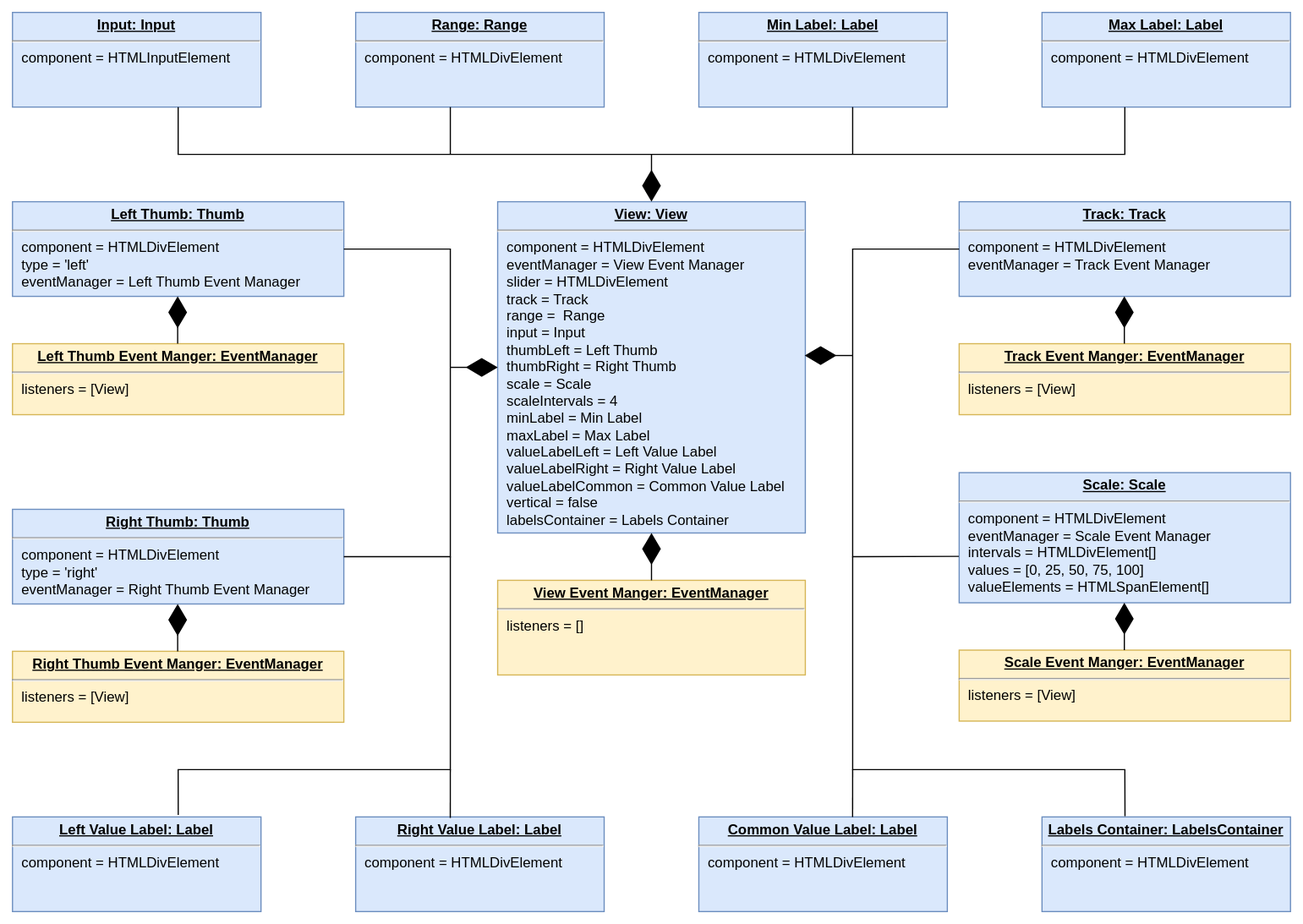
Above: images_for_readme/object-diagram_view-perspective.drawio.svg in Olga-smart/FSD4 (draw.io), before the change. Source tidied: cells renumbered, new cells last; positions are measured from the earlier drawing's top-left corner, leaving out a move shared by most shapes.
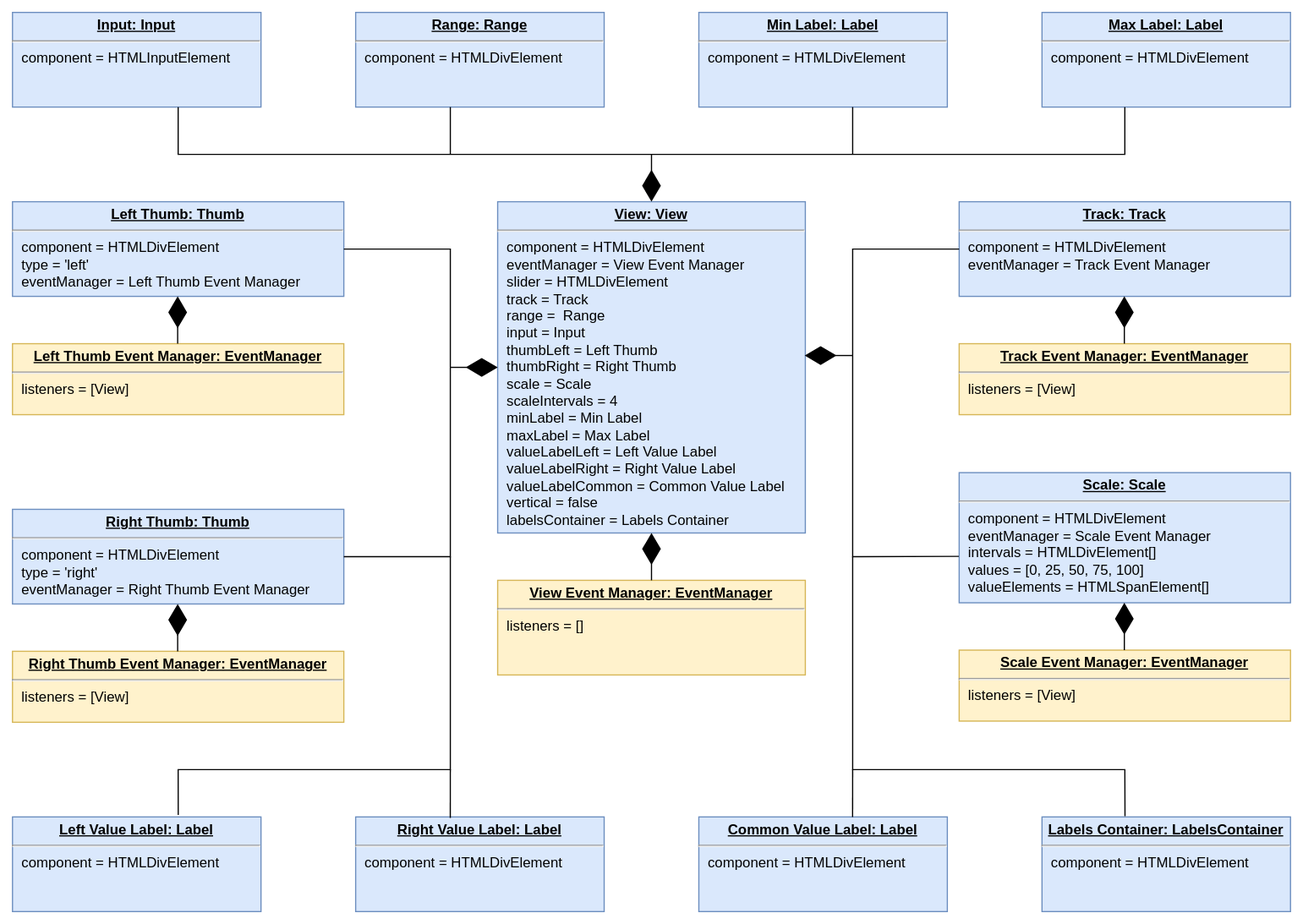
After the change.

Commit message:
Fix typos in object diagram

Change to the diagram source:
```diff
@@ -47,19 +47,19 @@
     <mxCell id="15" value="&lt;p style=&quot;margin: 0px ; margin-top: 4px ; text-align: center ; text-decoration: underline&quot;&gt;&lt;b&gt;Scale: Scale&lt;/b&gt;&lt;/p&gt;&lt;hr&gt;&lt;p style=&quot;margin: 0px ; margin-left: 8px&quot;&gt;component = HTMLDivElement&lt;br&gt;&lt;/p&gt;&lt;p style=&quot;margin: 0px ; margin-left: 8px&quot;&gt;eventManager = Scale Event Manager&lt;br&gt;&lt;/p&gt;&lt;p style=&quot;margin: 0px ; margin-left: 8px&quot;&gt;intervals = HTMLDivElement[]&lt;br style=&quot;padding: 0px ; margin: 0px&quot;&gt;values = [0, 25, 50, 75, 100]&lt;br style=&quot;padding: 0px ; margin: 0px&quot;&gt;valueElements = HTMLSpanElement[]&lt;span&gt;&lt;br&gt;&lt;/span&gt;&lt;/p&gt;" style="verticalAlign=top;align=left;overflow=fill;fontSize=12;fontFamily=Helvetica;html=1;fillColor=#dae8fc;strokeColor=#6c8ebf;" parent="1" vertex="1">
       <mxGeometry x="800" y="389" width="280" height="110" as="geometry" />
     </mxCell>
-    <mxCell id="16" value="&lt;p style=&quot;margin: 0px ; margin-top: 4px ; text-align: center ; text-decoration: underline&quot;&gt;&lt;b&gt;View Event Manger: EventManager&lt;/b&gt;&lt;/p&gt;&lt;hr&gt;&lt;p style=&quot;margin: 0px ; margin-left: 8px&quot;&gt;&lt;span&gt;listeners = []&lt;/span&gt;&lt;br&gt;&lt;/p&gt;" style="verticalAlign=top;align=left;overflow=fill;fontSize=12;fontFamily=Helvetica;html=1;fillColor=#fff2cc;strokeColor=#d6b656;" parent="1" vertex="1">
+    <mxCell id="16" value="&lt;p style=&quot;margin: 0px ; margin-top: 4px ; text-align: center ; text-decoration: underline&quot;&gt;&lt;b&gt;View Event Manager: EventManager&lt;/b&gt;&lt;/p&gt;&lt;hr&gt;&lt;p style=&quot;margin: 0px ; margin-left: 8px&quot;&gt;&lt;span&gt;listeners = []&lt;/span&gt;&lt;br&gt;&lt;/p&gt;" style="verticalAlign=top;align=left;overflow=fill;fontSize=12;fontFamily=Helvetica;html=1;fillColor=#fff2cc;strokeColor=#d6b656;" parent="1" vertex="1">
       <mxGeometry x="410" y="480" width="260" height="80" as="geometry" />
     </mxCell>
-    <mxCell id="17" value="&lt;p style=&quot;margin: 0px ; margin-top: 4px ; text-align: center ; text-decoration: underline&quot;&gt;&lt;b&gt;Left Thumb Event Manger: EventManager&lt;/b&gt;&lt;/p&gt;&lt;hr&gt;&lt;p style=&quot;margin: 0px ; margin-left: 8px&quot;&gt;&lt;span&gt;listeners = [View]&lt;/span&gt;&lt;br&gt;&lt;/p&gt;" style="verticalAlign=top;align=left;overflow=fill;fontSize=12;fontFamily=Helvetica;html=1;fillColor=#fff2cc;strokeColor=#d6b656;whiteSpace=wrap;" parent="1" vertex="1">
+    <mxCell id="17" value="&lt;p style=&quot;margin: 0px ; margin-top: 4px ; text-align: center ; text-decoration: underline&quot;&gt;&lt;b&gt;Left Thumb Event Manager: EventManager&lt;/b&gt;&lt;/p&gt;&lt;hr&gt;&lt;p style=&quot;margin: 0px ; margin-left: 8px&quot;&gt;&lt;span&gt;listeners = [View]&lt;/span&gt;&lt;br&gt;&lt;/p&gt;" style="verticalAlign=top;align=left;overflow=fill;fontSize=12;fontFamily=Helvetica;html=1;fillColor=#fff2cc;strokeColor=#d6b656;whiteSpace=wrap;" parent="1" vertex="1">
       <mxGeometry y="280" width="280" height="60" as="geometry" />
     </mxCell>
-    <mxCell id="18" value="&lt;p style=&quot;margin: 0px ; margin-top: 4px ; text-align: center ; text-decoration: underline&quot;&gt;&lt;b&gt;Right Thumb Event Manger: EventManager&lt;/b&gt;&lt;/p&gt;&lt;hr&gt;&lt;p style=&quot;margin: 0px ; margin-left: 8px&quot;&gt;&lt;span&gt;listeners = [View]&lt;/span&gt;&lt;br&gt;&lt;/p&gt;" style="verticalAlign=top;align=left;overflow=fill;fontSize=12;fontFamily=Helvetica;html=1;fillColor=#fff2cc;strokeColor=#d6b656;whiteSpace=wrap;" parent="1" vertex="1">
+    <mxCell id="18" value="&lt;p style=&quot;margin: 0px ; margin-top: 4px ; text-align: center ; text-decoration: underline&quot;&gt;&lt;b&gt;Right Thumb Event Manager: EventManager&lt;/b&gt;&lt;/p&gt;&lt;hr&gt;&lt;p style=&quot;margin: 0px ; margin-left: 8px&quot;&gt;&lt;span&gt;listeners = [View]&lt;/span&gt;&lt;br&gt;&lt;/p&gt;" style="verticalAlign=top;align=left;overflow=fill;fontSize=12;fontFamily=Helvetica;html=1;fillColor=#fff2cc;strokeColor=#d6b656;whiteSpace=wrap;" parent="1" vertex="1">
       <mxGeometry y="540" width="280" height="60" as="geometry" />
     </mxCell>
-    <mxCell id="19" value="&lt;p style=&quot;margin: 0px ; margin-top: 4px ; text-align: center ; text-decoration: underline&quot;&gt;&lt;b&gt;Track Event Manger: EventManager&lt;/b&gt;&lt;/p&gt;&lt;hr&gt;&lt;p style=&quot;margin: 0px ; margin-left: 8px&quot;&gt;&lt;span&gt;listeners = [View]&lt;/span&gt;&lt;br&gt;&lt;/p&gt;" style="verticalAlign=top;align=left;overflow=fill;fontSize=12;fontFamily=Helvetica;html=1;fillColor=#fff2cc;strokeColor=#d6b656;whiteSpace=wrap;" parent="1" vertex="1">
+    <mxCell id="19" value="&lt;p style=&quot;margin: 0px ; margin-top: 4px ; text-align: center ; text-decoration: underline&quot;&gt;&lt;b&gt;Track Event Manager: EventManager&lt;/b&gt;&lt;/p&gt;&lt;hr&gt;&lt;p style=&quot;margin: 0px ; margin-left: 8px&quot;&gt;&lt;span&gt;listeners = [View]&lt;/span&gt;&lt;br&gt;&lt;/p&gt;" style="verticalAlign=top;align=left;overflow=fill;fontSize=12;fontFamily=Helvetica;html=1;fillColor=#fff2cc;strokeColor=#d6b656;whiteSpace=wrap;" parent="1" vertex="1">
       <mxGeometry x="800" y="280" width="280" height="60" as="geometry" />
     </mxCell>
-    <mxCell id="20" value="&lt;p style=&quot;margin: 0px ; margin-top: 4px ; text-align: center ; text-decoration: underline&quot;&gt;&lt;b&gt;Scale Event Manger: EventManager&lt;/b&gt;&lt;/p&gt;&lt;hr&gt;&lt;p style=&quot;margin: 0px ; margin-left: 8px&quot;&gt;&lt;span&gt;listeners = [View]&lt;/span&gt;&lt;br&gt;&lt;/p&gt;" style="verticalAlign=top;align=left;overflow=fill;fontSize=12;fontFamily=Helvetica;html=1;fillColor=#fff2cc;strokeColor=#d6b656;whiteSpace=wrap;" parent="1" vertex="1">
+    <mxCell id="20" value="&lt;p style=&quot;margin: 0px ; margin-top: 4px ; text-align: center ; text-decoration: underline&quot;&gt;&lt;b&gt;Scale Event Manager: EventManager&lt;/b&gt;&lt;/p&gt;&lt;hr&gt;&lt;p style=&quot;margin: 0px ; margin-left: 8px&quot;&gt;&lt;span&gt;listeners = [View]&lt;/span&gt;&lt;br&gt;&lt;/p&gt;" style="verticalAlign=top;align=left;overflow=fill;fontSize=12;fontFamily=Helvetica;html=1;fillColor=#fff2cc;strokeColor=#d6b656;whiteSpace=wrap;" parent="1" vertex="1">
       <mxGeometry x="800" y="539" width="280" height="60" as="geometry" />
     </mxCell>
     <mxCell id="21" style="endArrow=diamondThin;endFill=1;endSize=24;html=1;rounded=0;exitX=0.5;exitY=0;exitDx=0;exitDy=0;entryX=0.5;entryY=1;entryDx=0;entryDy=0;" parent="1" edge="1" source="16" target="2">
```
